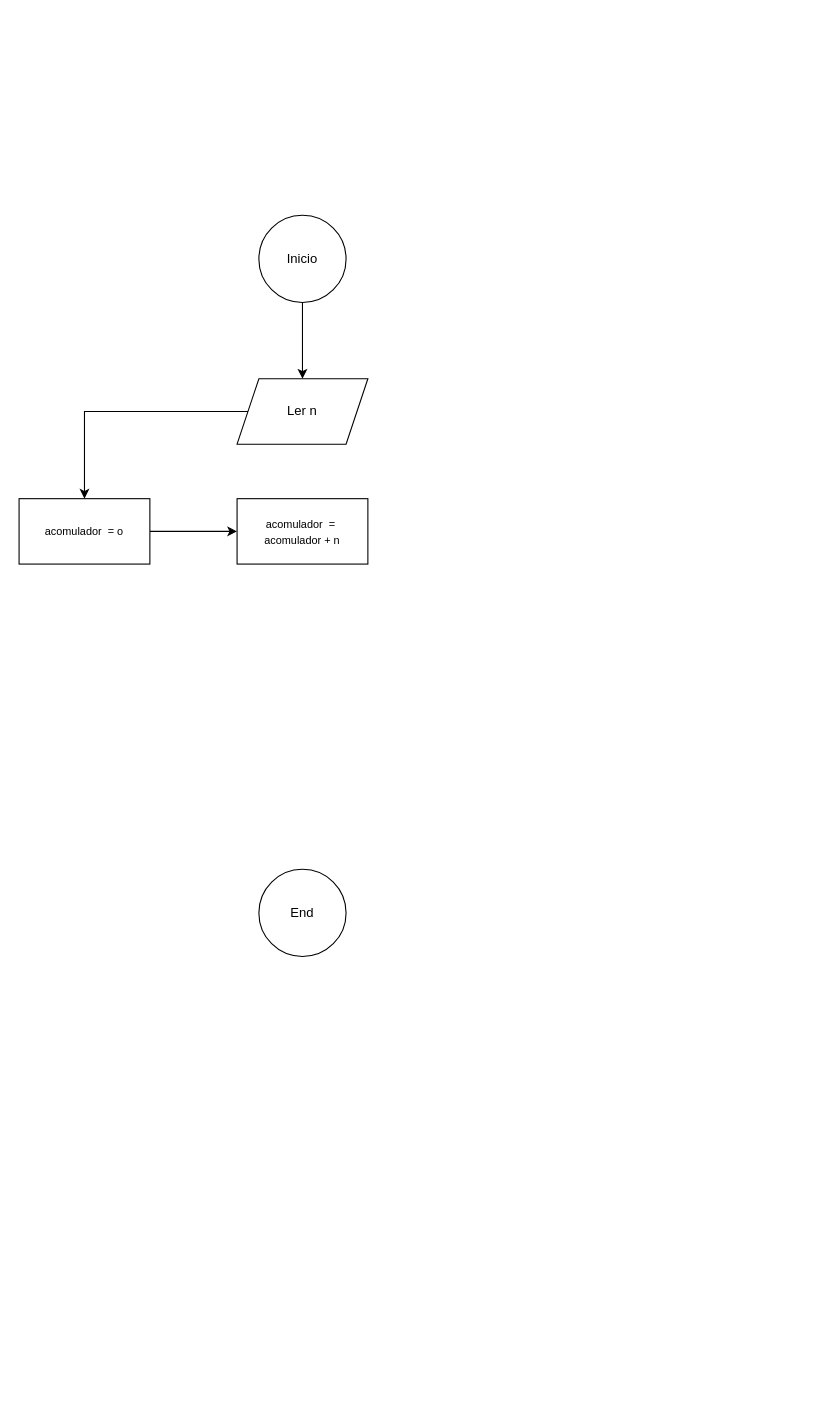
Earlier version of the draw.io diagram Fluxograma05.drawio (arnaldodev2/TLP). Source tidied: cells renumbered, new cells numbered last; positions are measured from the earlier drawing's top-left corner, leaving out a move shared by most shapes. Both pictures are drawn from the tidied source at 109%, with x=0, y=0 at pixel (19, 215).
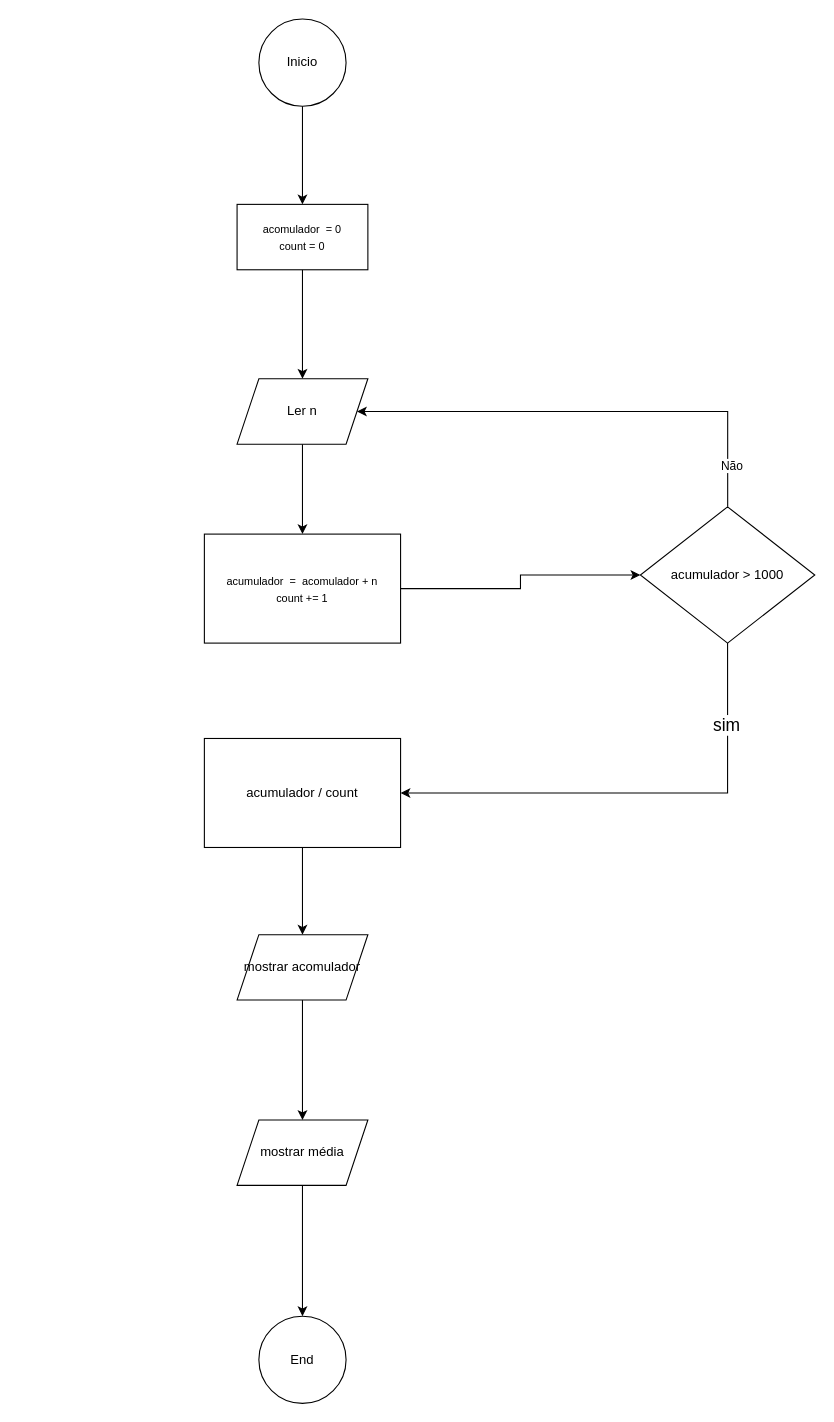
The same diagram, later.

The change refers to these unchanged cells:
```xml
<mxCell id="6" value="Ler n" style="shape=parallelogram;perimeter=parallelogramPerimeter;whiteSpace=wrap;html=1;shapeInside=1;fixedSize=1;" parent="1" vertex="1">
  <mxGeometry x="200" y="150" width="120" height="60" as="geometry" />
</mxCell>
```

What changed in the source:
```diff
@@
-    <mxCell id="2" style="edgeStyle=orthogonalEdgeStyle;rounded=0;jettySize=auto;html=1;" parent="1" edge="1" source="3" target="6">
+    <mxCell id="2" style="edgeStyle=orthogonalEdgeStyle;rounded=0;jettySize=auto;html=1;" parent="1" edge="1" source="24" target="6">
       <mxGeometry relative="1" as="geometry" />
     </mxCell>
     <mxCell id="3" value="Inicio" style="ellipse;whiteSpace=wrap;html=1;shapeInside=1;" parent="1" vertex="1">
-      <mxGeometry x="220" width="80" height="80" as="geometry" />
+      <mxGeometry x="220" y="-180" width="80" height="80" as="geometry" />
     </mxCell>
     <mxCell id="4" value="End" style="ellipse;whiteSpace=wrap;html=1;shapeInside=1;" parent="1" vertex="1">
-      <mxGeometry x="220" y="600" width="80" height="80" as="geometry" />
+      <mxGeometry x="220" y="1010" width="80" height="80" as="geometry" />
     </mxCell>
-    <mxCell id="5" style="edgeStyle=orthogonalEdgeStyle;rounded=0;jettySize=auto;html=1;" parent="1" edge="1" source="6" target="8">
-      <mxGeometry relative="1" as="geometry" />
-    </mxCell>
+    <mxCell id="10" style="edgeStyle=orthogonalEdgeStyle;rounded=0;jettySize=auto;html=1;" parent="1" edge="1" source="6" target="9">
+      <mxGeometry relative="1" as="geometry" />
+    </mxCell>
@@
-    <mxCell id="7" style="edgeStyle=orthogonalEdgeStyle;rounded=0;jettySize=auto;html=1;" parent="1" edge="1" source="8" target="9">
-      <mxGeometry relative="1" as="geometry" />
-    </mxCell>
-    <mxCell id="8" value="&lt;font size=&quot;1&quot;&gt;acomulador&amp;nbsp; = o&lt;/font&gt;" style="rounded=0;whiteSpace=wrap;html=1;" parent="1" vertex="1">
-      <mxGeometry y="260" width="120" height="60" as="geometry" />
-    </mxCell>
+    <mxCell id="11" style="edgeStyle=orthogonalEdgeStyle;rounded=0;jettySize=auto;html=1;" parent="1" edge="1" source="9" target="22">
+      <mxGeometry relative="1" as="geometry" />
+    </mxCell>
-    <mxCell id="9" value="&lt;font size=&quot;1&quot;&gt;acomulador&amp;nbsp; =&amp;nbsp; acomulador + n&lt;/font&gt;" style="rounded=0;whiteSpace=wrap;html=1;" parent="1" vertex="1">
-      <mxGeometry x="200" y="260" width="120" height="60" as="geometry" />
+    <mxCell id="9" value="&lt;font size=&quot;1&quot;&gt;acumulador&amp;nbsp; =&amp;nbsp; acomulador + n&lt;/font&gt;&lt;div&gt;&lt;font size=&quot;1&quot;&gt;count += 1&lt;/font&gt;&lt;/div&gt;" style="rounded=0;whiteSpace=wrap;html=1;" parent="1" vertex="1">
+      <mxGeometry x="170" y="292.5" width="180" height="100" as="geometry" />
     </mxCell>
+    <mxCell id="12" style="edgeStyle=orthogonalEdgeStyle;rounded=0;jettySize=auto;html=1;" parent="1" edge="1" source="17" target="15">
+      <mxGeometry relative="1" as="geometry" />
+    </mxCell>
+    <mxCell id="13" value="acumulador / count" style="whiteSpace=wrap;html=1;rounded=0;" parent="1" vertex="1">
+      <mxGeometry x="170" y="480" width="180" height="100" as="geometry" />
+    </mxCell>
+    <mxCell id="14" style="edgeStyle=orthogonalEdgeStyle;rounded=0;jettySize=auto;html=1;" parent="1" edge="1" source="15" target="4">
+      <mxGeometry relative="1" as="geometry" />
+    </mxCell>
+    <mxCell id="15" value="mostrar média" style="shape=parallelogram;perimeter=parallelogramPerimeter;whiteSpace=wrap;html=1;shapeInside=1;fixedSize=1;" parent="1" vertex="1">
+      <mxGeometry x="200" y="830" width="120" height="60" as="geometry" />
+    </mxCell>
+    <mxCell id="16" style="edgeStyle=orthogonalEdgeStyle;rounded=0;jettySize=auto;html=1;" parent="1" edge="1" source="13" target="17">
+      <mxGeometry relative="1" as="geometry" />
+    </mxCell>
+    <mxCell id="17" value="mostrar acomulador" style="shape=parallelogram;perimeter=parallelogramPerimeter;whiteSpace=wrap;html=1;shapeInside=1;fixedSize=1;" parent="1" vertex="1">
+      <mxGeometry x="200" y="660" width="120" height="60" as="geometry" />
+    </mxCell>
+    <mxCell id="18" style="edgeStyle=orthogonalEdgeStyle;rounded=0;jettySize=auto;html=1;entryX=1;entryY=0.5;entryDx=0;entryDy=0;" parent="1" edge="1" target="6">
+      <mxGeometry relative="1" as="geometry">
+        <mxPoint x="650.1" y="267.5" as="sourcePoint" />
+        <Array as="points">
+          <mxPoint x="650.1" y="180" />
+        </Array>
+      </mxGeometry>
+    </mxCell>
+    <mxCell id="19" value="Não" style="edgeLabel;html=1;align=center;verticalAlign=middle;" parent="18" vertex="1">
+      <mxGeometry x="-0.82" y="-3" relative="1" as="geometry" />
+    </mxCell>
+    <mxCell id="20" style="edgeStyle=orthogonalEdgeStyle;rounded=0;jettySize=auto;html=1;entryX=1;entryY=0.5;entryDx=0;entryDy=0;" parent="1" edge="1" source="22" target="13">
+      <mxGeometry relative="1" as="geometry">
+        <Array as="points">
+          <mxPoint x="650" y="530" />
+        </Array>
+      </mxGeometry>
+    </mxCell>
+    <mxCell id="21" value="&lt;font style=&quot;font-size: 16px;&quot;&gt;sim&lt;/font&gt;" style="edgeLabel;html=1;align=center;verticalAlign=middle;" parent="20" vertex="1">
+      <mxGeometry x="-0.66" y="-2" relative="1" as="geometry">
+        <mxPoint y="1" as="offset" />
+      </mxGeometry>
+    </mxCell>
+    <mxCell id="22" value="acumulador &amp;gt; 1000" style="rhombus;whiteSpace=wrap;html=1;shapeInside=1;" parent="1" vertex="1">
+      <mxGeometry x="570" y="267.5" width="160" height="125" as="geometry" />
+    </mxCell>
+    <mxCell id="23" style="edgeStyle=orthogonalEdgeStyle;rounded=0;jettySize=auto;html=1;" parent="1" edge="1" source="3" target="24">
+      <mxGeometry relative="1" as="geometry" />
+    </mxCell>
+    <mxCell id="24" value="&lt;font size=&quot;1&quot;&gt;acomulador&amp;nbsp; = 0&lt;/font&gt;&lt;div&gt;&lt;font size=&quot;1&quot;&gt;count = 0&lt;/font&gt;&lt;/div&gt;" style="rounded=0;whiteSpace=wrap;html=1;" parent="1" vertex="1">
+      <mxGeometry x="200" y="-10" width="120" height="60" as="geometry" />
+    </mxCell>
```
